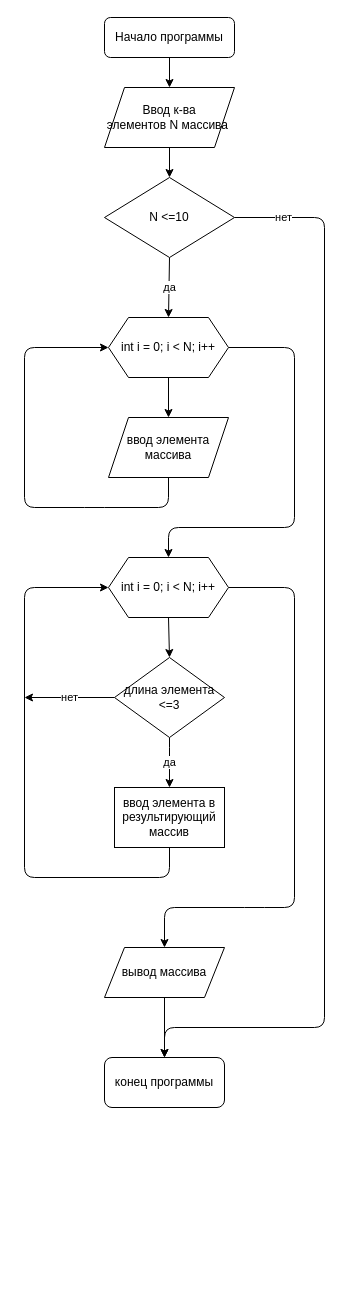
Sayberix/Home_work_7 keeps this draw.io diagram as algorithm.drawio. Above is the earlier version. Source tidied: cells renumbered, new cells numbered last; positions are measured from the earlier drawing's top-left corner, leaving out a move shared by most shapes. Both pictures are drawn from the tidied source at 100%, with x=0, y=0 at pixel (24, 17).
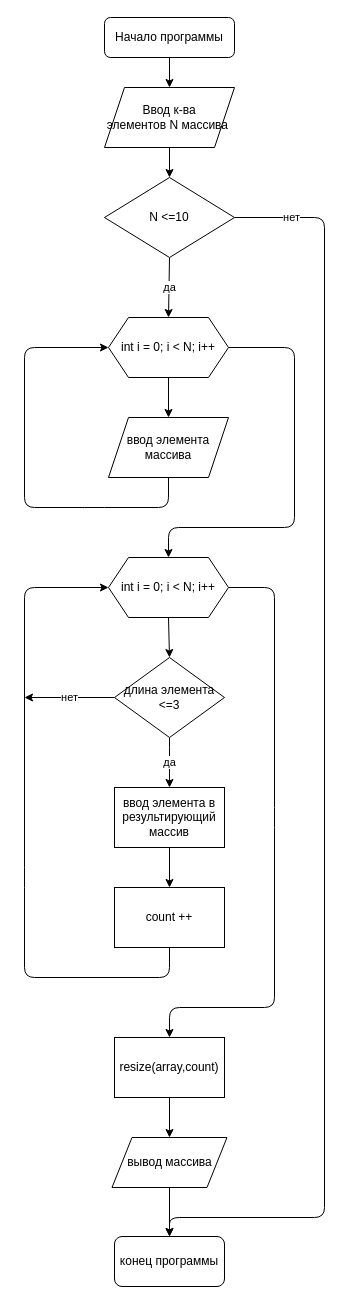
The same page after the edit.

Commit message:
финальная версия блок-схемы

Unchanged cells that the change refers to:
```xml
<mxCell id="13" value="int i = 0; i &amp;lt; N; i++" style="shape=hexagon;perimeter=hexagonPerimeter2;whiteSpace=wrap;html=1;fixedSize=1;" parent="1" vertex="1">
  <mxGeometry x="84" y="540" width="120" height="60" as="geometry" />
</mxCell>
<mxCell id="19" value="&lt;span&gt;ввод элемента в результирующий массив&lt;/span&gt;" style="rounded=0;whiteSpace=wrap;html=1;" parent="1" vertex="1">
  <mxGeometry x="90" y="770" width="110" height="60" as="geometry" />
</mxCell>
<mxCell id="24" value="N &amp;lt;=10" style="rhombus;whiteSpace=wrap;html=1;" parent="1" vertex="1">
  <mxGeometry x="80" y="160" width="130" height="80" as="geometry" />
</mxCell>
```

Diff of the diagram source:
```diff
@@
-    <mxCell id="12" style="edgeStyle=none;html=1;exitX=1;exitY=0.5;exitDx=0;exitDy=0;entryX=0.5;entryY=0;entryDx=0;entryDy=0;" parent="1" edge="1" source="13" target="21">
-      <mxGeometry relative="1" as="geometry">
-        <Array as="points">
-          <mxPoint x="270" y="570" />
-          <mxPoint x="270" y="890" />
-          <mxPoint x="230" y="890" />
-          <mxPoint x="140" y="890" />
-        </Array>
-      </mxGeometry>
-    </mxCell>
+    <mxCell id="25" style="edgeStyle=none;html=1;exitX=1;exitY=0.5;exitDx=0;exitDy=0;entryX=0.5;entryY=0;entryDx=0;entryDy=0;" parent="1" edge="1" source="13" target="29">
+      <mxGeometry relative="1" as="geometry">
+        <Array as="points">
+          <mxPoint x="250" y="570" />
+          <mxPoint x="250" y="800" />
+          <mxPoint x="250" y="990" />
+          <mxPoint x="145" y="990" />
+        </Array>
+      </mxGeometry>
+    </mxCell>
@@
-    <mxCell id="17" style="edgeStyle=none;html=1;exitX=0.5;exitY=1;exitDx=0;exitDy=0;entryX=0;entryY=0.5;entryDx=0;entryDy=0;" parent="1" edge="1" target="13">
+    <mxCell id="17" style="edgeStyle=none;html=1;entryX=0;entryY=0.5;entryDx=0;entryDy=0;exitX=0.5;exitY=1;exitDx=0;exitDy=0;" parent="1" edge="1" source="27" target="13">
       <mxGeometry relative="1" as="geometry">
-        <mxPoint x="145" y="830" as="sourcePoint" />
         <Array as="points">
-          <mxPoint x="145" y="860" />
+          <mxPoint x="145" y="960" />
+          <mxPoint y="960" />
           <mxPoint y="860" />
           <mxPoint y="570" />
         </Array>
       </mxGeometry>
     </mxCell>
     <mxCell id="18" value="конец программы" style="rounded=1;whiteSpace=wrap;html=1;" parent="1" vertex="1">
-      <mxGeometry x="80" y="1040" width="120" height="50" as="geometry" />
+      <mxGeometry x="90" y="1219" width="110" height="50" as="geometry" />
     </mxCell>
+    <mxCell id="26" style="edgeStyle=none;html=1;exitX=0.5;exitY=1;exitDx=0;exitDy=0;entryX=0.5;entryY=0;entryDx=0;entryDy=0;" parent="1" edge="1" source="19" target="27">
+      <mxGeometry relative="1" as="geometry" />
+    </mxCell>
@@
     <mxCell id="21" value="вывод массива" style="shape=parallelogram;perimeter=parallelogramPerimeter;whiteSpace=wrap;html=1;fixedSize=1;" parent="1" vertex="1">
-      <mxGeometry x="80" y="930" width="120" height="50" as="geometry" />
+      <mxGeometry x="87.5" y="1120" width="115" height="50" as="geometry" />
     </mxCell>
@@
     <mxCell id="23" value="нет" style="edgeStyle=none;html=1;exitX=1;exitY=0.5;exitDx=0;exitDy=0;entryX=0.5;entryY=0;entryDx=0;entryDy=0;" parent="1" edge="1" source="24" target="18">
       <mxGeometry x="-0.91" relative="1" as="geometry">
         <Array as="points">
           <mxPoint x="300" y="200" />
-          <mxPoint x="300" y="1010" />
-          <mxPoint x="140" y="1010" />
+          <mxPoint x="300" y="1200" />
+          <mxPoint x="145" y="1200" />
         </Array>
       </mxGeometry>
     </mxCell>
@@
+    <mxCell id="27" value="count ++" style="rounded=0;whiteSpace=wrap;html=1;" parent="1" vertex="1">
+      <mxGeometry x="90" y="870" width="110" height="60" as="geometry" />
+    </mxCell>
+    <mxCell id="28" style="edgeStyle=none;html=1;exitX=0.5;exitY=1;exitDx=0;exitDy=0;entryX=0.5;entryY=0;entryDx=0;entryDy=0;" parent="1" edge="1" source="29" target="21">
+      <mxGeometry relative="1" as="geometry" />
+    </mxCell>
+    <mxCell id="29" value="resize(array,count)" style="rounded=0;whiteSpace=wrap;html=1;" parent="1" vertex="1">
+      <mxGeometry x="90" y="1020" width="110" height="60" as="geometry" />
+    </mxCell>
```
